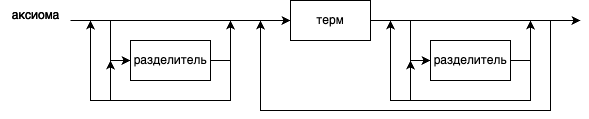
Above: cource-papers/trps/рпз/материалы/курсач_трпс-1 Синтаксическая диаграмма.drawio.png in vzalygin/bmstu-ics6 (draw.io), before the change. Source tidied: cells renumbered, new cells last; positions are measured from the earlier drawing's top-left corner, leaving out a move shared by most shapes.
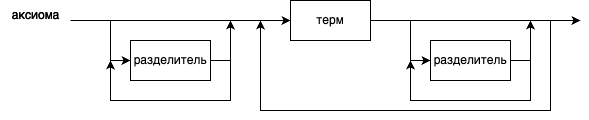
Above is the later version.

Diff of the diagram source:
```diff
@@ -30,16 +30,6 @@
         </Array>
       </mxGeometry>
     </mxCell>
-    <mxCell id="8" style="endArrow=classic;html=1;rounded=0;" parent="1" edge="1">
-      <mxGeometry relative="1" as="geometry">
-        <mxPoint x="230" y="60" as="sourcePoint" />
-        <mxPoint x="90" y="20" as="targetPoint" />
-        <Array as="points">
-          <mxPoint x="230" y="100" />
-          <mxPoint x="90" y="100" />
-        </Array>
-      </mxGeometry>
-    </mxCell>
     <mxCell id="9" style="endArrow=classic;html=1;rounded=0;exitX=1;exitY=0.5;exitDx=0;exitDy=0;" parent="1" edge="1" source="3">
       <mxGeometry relative="1" as="geometry">
         <mxPoint x="230" y="20" as="targetPoint" />
@@ -60,16 +50,6 @@
         </Array>
       </mxGeometry>
     </mxCell>
-    <mxCell id="12" style="endArrow=classic;html=1;rounded=0;" parent="1" edge="1">
-      <mxGeometry relative="1" as="geometry">
-        <mxPoint x="530" y="60" as="sourcePoint" />
-        <mxPoint x="390" y="20" as="targetPoint" />
-        <Array as="points">
-          <mxPoint x="530" y="100" />
-          <mxPoint x="390" y="100" />
-        </Array>
-      </mxGeometry>
-    </mxCell>
     <mxCell id="13" style="endArrow=classic;html=1;rounded=0;exitX=1;exitY=0.5;exitDx=0;exitDy=0;" parent="1" edge="1" source="10">
       <mxGeometry relative="1" as="geometry">
         <mxPoint x="530" y="20" as="targetPoint" />
```
